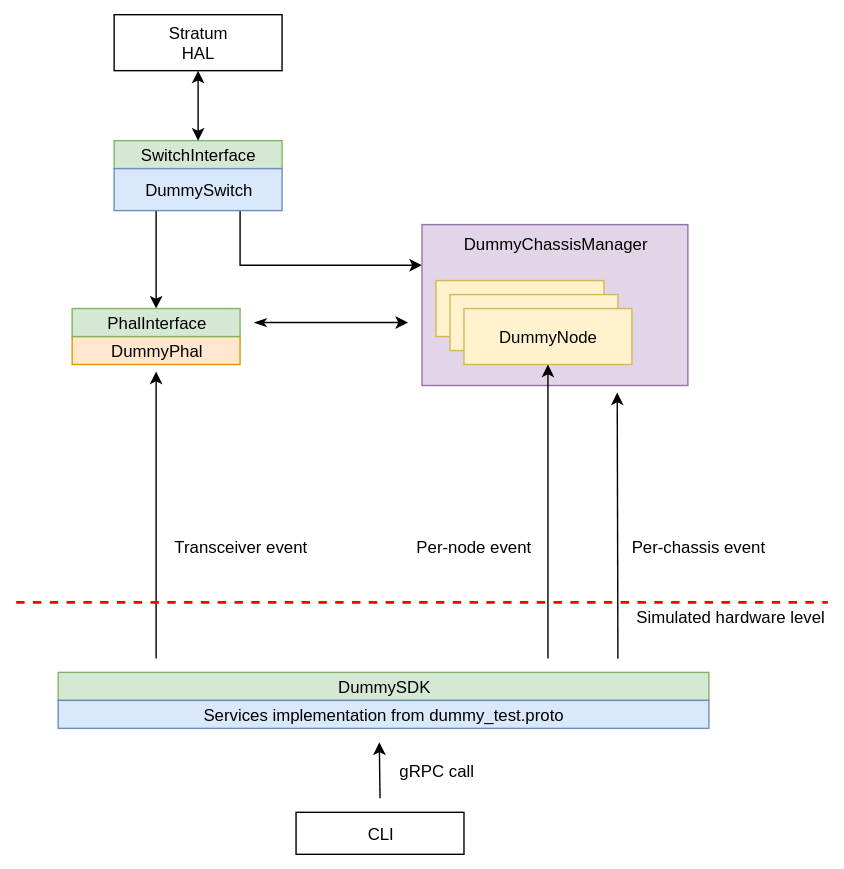
The draw.io diagram stratum/hal/bin/dummy/arch.svg in stratum/stratum, before a commit. Source tidied: cells renumbered, new cells last; positions are measured from the earlier drawing's top-left corner, leaving out a move shared by most shapes. The source it was exported from:
```xml
<mxGraphModel>
  <root>
    <mxCell id="0" />
    <mxCell id="1" parent="0" />
    <mxCell id="2" value="SwitchInterface" style="rounded=0;whiteSpace=wrap;html=1;fillColor=#d5e8d4;strokeColor=#82b366;" parent="1" vertex="1">
      <mxGeometry x="70" y="90" width="120" height="20" as="geometry" />
    </mxCell>
    <mxCell id="3" style="edgeStyle=orthogonalEdgeStyle;rounded=0;html=1;exitX=0.75;exitY=1;entryX=0;entryY=0.25;jettySize=auto;" parent="1" edge="1" source="5" target="6">
      <mxGeometry relative="1" as="geometry" />
    </mxCell>
    <mxCell id="4" style="edgeStyle=orthogonalEdgeStyle;rounded=0;html=1;exitX=0.25;exitY=1;entryX=0.5;entryY=0;jettySize=auto;" parent="1" edge="1" source="5" target="21">
      <mxGeometry relative="1" as="geometry" />
    </mxCell>
    <mxCell id="5" value="DummySwitch" style="rounded=0;whiteSpace=wrap;html=1;fillColor=#dae8fc;strokeColor=#6c8ebf;" parent="1" vertex="1">
      <mxGeometry x="70" y="110" width="120" height="30" as="geometry" />
    </mxCell>
    <mxCell id="6" value="DummyChassisManager" style="rounded=0;whiteSpace=wrap;html=1;fillColor=#e1d5e7;strokeColor=#9673a6;verticalAlign=top;" parent="1" vertex="1">
      <mxGeometry x="290" y="150" width="190" height="115" as="geometry" />
    </mxCell>
    <mxCell id="7" value="DummyNode" style="rounded=0;whiteSpace=wrap;html=1;fillColor=#fff2cc;strokeColor=#d6b656;" parent="1" vertex="1">
      <mxGeometry x="300" y="190" width="120" height="40" as="geometry" />
    </mxCell>
    <mxCell id="8" value="DummyNode" style="rounded=0;whiteSpace=wrap;html=1;fillColor=#fff2cc;strokeColor=#d6b656;" parent="1" vertex="1">
      <mxGeometry x="310" y="200" width="120" height="40" as="geometry" />
    </mxCell>
    <mxCell id="9" value="DummyNode" style="rounded=0;whiteSpace=wrap;html=1;fillColor=#fff2cc;strokeColor=#d6b656;" parent="1" vertex="1">
      <mxGeometry x="320" y="210" width="120" height="40" as="geometry" />
    </mxCell>
    <mxCell id="10" style="edgeStyle=orthogonalEdgeStyle;rounded=0;html=1;jettySize=auto;orthogonalLoop=1;startArrow=classicThin;startFill=1;" parent="1" edge="1">
      <mxGeometry relative="1" as="geometry">
        <mxPoint x="170" y="220" as="sourcePoint" />
        <mxPoint x="280" y="220" as="targetPoint" />
      </mxGeometry>
    </mxCell>
    <mxCell id="11" value="DummyPhal" style="rounded=0;whiteSpace=wrap;html=1;fillColor=#ffe6cc;strokeColor=#d79b00;" parent="1" vertex="1">
      <mxGeometry x="40" y="230" width="120" height="20" as="geometry" />
    </mxCell>
    <mxCell id="12" value="DummySDK" style="rounded=0;whiteSpace=wrap;html=1;fillColor=#d5e8d4;strokeColor=#82b366;" parent="1" vertex="1">
      <mxGeometry x="30" y="470" width="465" height="20" as="geometry" />
    </mxCell>
    <mxCell id="13" value="Services implementation from dummy_test.proto" style="rounded=0;whiteSpace=wrap;html=1;fillColor=#dae8fc;strokeColor=#6c8ebf;" parent="1" vertex="1">
      <mxGeometry x="30" y="490" width="465" height="20" as="geometry" />
    </mxCell>
    <mxCell id="14" style="endArrow=none;html=1;startArrow=classic;startFill=1;endFill=0;" parent="1" edge="1">
      <mxGeometry relative="1" as="geometry">
        <mxPoint x="100" y="255" as="sourcePoint" />
        <mxPoint x="100" y="460" as="targetPoint" />
      </mxGeometry>
    </mxCell>
    <mxCell id="15" style="endArrow=none;html=1;startArrow=classic;startFill=1;endFill=0;exitX=0.5;exitY=1;" parent="1" edge="1" source="9">
      <mxGeometry relative="1" as="geometry">
        <mxPoint x="380" y="460" as="targetPoint" />
      </mxGeometry>
    </mxCell>
    <mxCell id="16" style="endArrow=none;html=1;startArrow=classic;startFill=1;endFill=0;" parent="1" edge="1">
      <mxGeometry relative="1" as="geometry">
        <mxPoint x="429.5" y="270" as="sourcePoint" />
        <mxPoint x="430" y="460" as="targetPoint" />
      </mxGeometry>
    </mxCell>
    <mxCell id="17" style="endArrow=classic;startArrow=none;html=1;endFill=1;startFill=0;" parent="1" edge="1">
      <mxGeometry relative="1" as="geometry">
        <mxPoint x="260" y="560" as="sourcePoint" />
        <mxPoint x="259.5" y="520" as="targetPoint" />
      </mxGeometry>
    </mxCell>
    <mxCell id="18" value="gRPC call" style="text;html=1;strokeColor=none;fillColor=none;align=center;verticalAlign=middle;whiteSpace=wrap;rounded=0;" parent="1" vertex="1">
      <mxGeometry x="265" y="530" width="70" height="20" as="geometry" />
    </mxCell>
    <mxCell id="19" value="CLI" style="rounded=0;whiteSpace=wrap;html=1;" parent="1" vertex="1">
      <mxGeometry x="200" y="570" width="120" height="30" as="geometry" />
    </mxCell>
    <mxCell id="20" style="endArrow=none;dashed=1;html=1;strokeColor=#FF0000;strokeWidth=2;" parent="1" edge="1">
      <mxGeometry relative="1" as="geometry">
        <mxPoint y="420" as="sourcePoint" />
        <mxPoint x="580" y="420" as="targetPoint" />
      </mxGeometry>
    </mxCell>
    <mxCell id="21" value="PhalInterface" style="rounded=0;whiteSpace=wrap;html=1;fillColor=#d5e8d4;strokeColor=#82b366;" parent="1" vertex="1">
      <mxGeometry x="40" y="210" width="120" height="20" as="geometry" />
    </mxCell>
    <mxCell id="22" style="edgeStyle=orthogonalEdgeStyle;rounded=0;html=1;exitX=0.5;exitY=1;jettySize=auto;orthogonalLoop=1;" parent="1" edge="1" source="21" target="21">
      <mxGeometry relative="1" as="geometry" />
    </mxCell>
    <mxCell id="23" value="Transceiver event" style="text;html=1;strokeColor=none;fillColor=none;align=center;verticalAlign=middle;whiteSpace=wrap;rounded=0;" parent="1" vertex="1">
      <mxGeometry x="105" y="370" width="110" height="20" as="geometry" />
    </mxCell>
    <mxCell id="24" value="Per-node event" style="text;html=1;strokeColor=none;fillColor=none;align=center;verticalAlign=middle;whiteSpace=wrap;rounded=0;" parent="1" vertex="1">
      <mxGeometry x="280" y="370" width="93" height="20" as="geometry" />
    </mxCell>
    <mxCell id="25" value="Per-chassis event" style="text;html=1;strokeColor=none;fillColor=none;align=center;verticalAlign=middle;whiteSpace=wrap;rounded=0;" parent="1" vertex="1">
      <mxGeometry x="434" y="370" width="106" height="20" as="geometry" />
    </mxCell>
    <mxCell id="26" value="Simulated hardware level" style="text;html=1;strokeColor=none;fillColor=none;align=center;verticalAlign=middle;whiteSpace=wrap;rounded=0;" parent="1" vertex="1">
      <mxGeometry x="440" y="420" width="140" height="20" as="geometry" />
    </mxCell>
    <mxCell id="27" value="&lt;div&gt;Stratum&lt;/div&gt;&lt;div&gt;HAL&lt;br&gt;&lt;/div&gt;" style="rounded=0;whiteSpace=wrap;html=1;" parent="1" vertex="1">
      <mxGeometry x="70" width="120" height="40" as="geometry" />
    </mxCell>
    <mxCell id="28" style="endArrow=classic;startArrow=classic;html=1;" parent="1" edge="1">
      <mxGeometry relative="1" as="geometry">
        <mxPoint x="130" y="90" as="sourcePoint" />
        <mxPoint x="130" y="40" as="targetPoint" />
      </mxGeometry>
    </mxCell>
  </root>
</mxGraphModel>
```
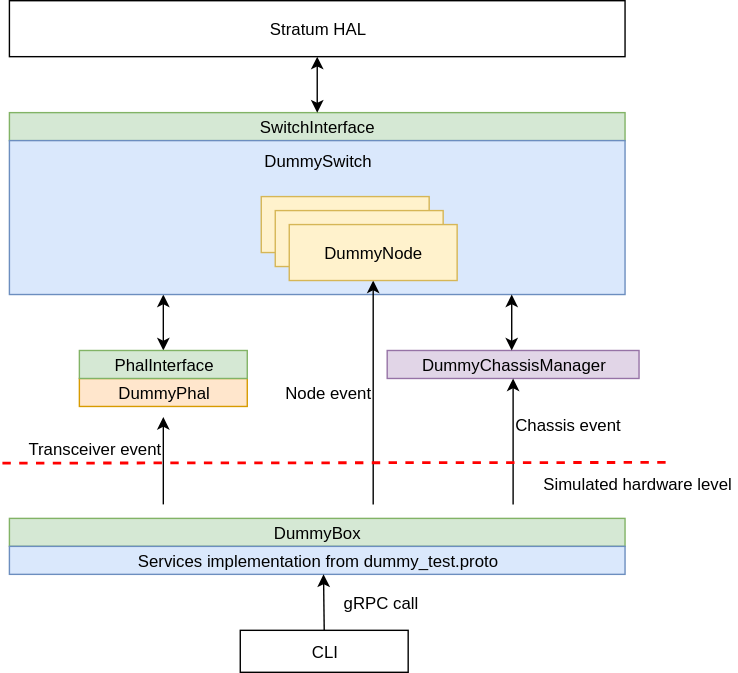
After the commit.

Diff of the diagram source:
```diff
@@ -3,105 +3,101 @@
     <mxCell id="0" />
     <mxCell id="1" parent="0" />
     <mxCell id="2" value="SwitchInterface" style="rounded=0;whiteSpace=wrap;html=1;fillColor=#d5e8d4;strokeColor=#82b366;" parent="1" vertex="1">
-      <mxGeometry x="70" y="90" width="120" height="20" as="geometry" />
+      <mxGeometry x="70" y="40" width="440" height="20" as="geometry" />
     </mxCell>
-    <mxCell id="3" style="edgeStyle=orthogonalEdgeStyle;rounded=0;html=1;exitX=0.75;exitY=1;entryX=0;entryY=0.25;jettySize=auto;" parent="1" edge="1" source="5" target="6">
-      <mxGeometry relative="1" as="geometry" />
-    </mxCell>
-    <mxCell id="4" style="edgeStyle=orthogonalEdgeStyle;rounded=0;html=1;exitX=0.25;exitY=1;entryX=0.5;entryY=0;jettySize=auto;" parent="1" edge="1" source="5" target="21">
+    <mxCell id="4" style="edgeStyle=orthogonalEdgeStyle;rounded=0;html=1;exitX=0.25;exitY=1;entryX=0.5;entryY=0;jettySize=auto;startArrow=classic;startFill=1;" parent="1" edge="1" source="5" target="21">
       <mxGeometry relative="1" as="geometry" />
     </mxCell>
-    <mxCell id="5" value="DummySwitch" style="rounded=0;whiteSpace=wrap;html=1;fillColor=#dae8fc;strokeColor=#6c8ebf;" parent="1" vertex="1">
-      <mxGeometry x="70" y="110" width="120" height="30" as="geometry" />
+    <mxCell id="5" value="DummySwitch" style="rounded=0;whiteSpace=wrap;html=1;fillColor=#dae8fc;strokeColor=#6c8ebf;verticalAlign=top;" parent="1" vertex="1">
+      <mxGeometry x="70" y="60" width="440" height="110" as="geometry" />
     </mxCell>
-    <mxCell id="6" value="DummyChassisManager" style="rounded=0;whiteSpace=wrap;html=1;fillColor=#e1d5e7;strokeColor=#9673a6;verticalAlign=top;" parent="1" vertex="1">
-      <mxGeometry x="290" y="150" width="190" height="115" as="geometry" />
+    <mxCell id="6" value="DummyChassisManager" style="rounded=0;whiteSpace=wrap;html=1;fillColor=#e1d5e7;strokeColor=#9673a6;verticalAlign=middle;" parent="1" vertex="1">
+      <mxGeometry x="340" y="210" width="180" height="20" as="geometry" />
     </mxCell>
-    <mxCell id="7" value="DummyNode" style="rounded=0;whiteSpace=wrap;html=1;fillColor=#fff2cc;strokeColor=#d6b656;" parent="1" vertex="1">
-      <mxGeometry x="300" y="190" width="120" height="40" as="geometry" />
-    </mxCell>
-    <mxCell id="8" value="DummyNode" style="rounded=0;whiteSpace=wrap;html=1;fillColor=#fff2cc;strokeColor=#d6b656;" parent="1" vertex="1">
-      <mxGeometry x="310" y="200" width="120" height="40" as="geometry" />
-    </mxCell>
-    <mxCell id="9" value="DummyNode" style="rounded=0;whiteSpace=wrap;html=1;fillColor=#fff2cc;strokeColor=#d6b656;" parent="1" vertex="1">
-      <mxGeometry x="320" y="210" width="120" height="40" as="geometry" />
-    </mxCell>
-    <mxCell id="10" style="edgeStyle=orthogonalEdgeStyle;rounded=0;html=1;jettySize=auto;orthogonalLoop=1;startArrow=classicThin;startFill=1;" parent="1" edge="1">
-      <mxGeometry relative="1" as="geometry">
-        <mxPoint x="170" y="220" as="sourcePoint" />
-        <mxPoint x="280" y="220" as="targetPoint" />
-      </mxGeometry>
-    </mxCell>
     <mxCell id="11" value="DummyPhal" style="rounded=0;whiteSpace=wrap;html=1;fillColor=#ffe6cc;strokeColor=#d79b00;" parent="1" vertex="1">
-      <mxGeometry x="40" y="230" width="120" height="20" as="geometry" />
+      <mxGeometry x="120" y="230" width="120" height="20" as="geometry" />
     </mxCell>
     <mxCell id="12" value="DummySDK" style="rounded=0;whiteSpace=wrap;html=1;fillColor=#d5e8d4;strokeColor=#82b366;" parent="1" vertex="1">
-      <mxGeometry x="30" y="470" width="465" height="20" as="geometry" />
+      <mxGeometry x="70" y="330" width="440" height="20" as="geometry" />
     </mxCell>
     <mxCell id="13" value="Services implementation from dummy_test.proto" style="rounded=0;whiteSpace=wrap;html=1;fillColor=#dae8fc;strokeColor=#6c8ebf;" parent="1" vertex="1">
-      <mxGeometry x="30" y="490" width="465" height="20" as="geometry" />
+      <mxGeometry x="70" y="350" width="440" height="20" as="geometry" />
     </mxCell>
     <mxCell id="14" style="endArrow=none;html=1;startArrow=classic;startFill=1;endFill=0;" parent="1" edge="1">
       <mxGeometry relative="1" as="geometry">
-        <mxPoint x="100" y="255" as="sourcePoint" />
-        <mxPoint x="100" y="460" as="targetPoint" />
+        <mxPoint x="180" y="257.5" as="sourcePoint" />
+        <mxPoint x="180" y="320" as="targetPoint" />
       </mxGeometry>
     </mxCell>
     <mxCell id="15" style="endArrow=none;html=1;startArrow=classic;startFill=1;endFill=0;exitX=0.5;exitY=1;" parent="1" edge="1" source="9">
       <mxGeometry relative="1" as="geometry">
-        <mxPoint x="380" y="460" as="targetPoint" />
+        <mxPoint x="330" y="320" as="targetPoint" />
       </mxGeometry>
     </mxCell>
-    <mxCell id="16" style="endArrow=none;html=1;startArrow=classic;startFill=1;endFill=0;" parent="1" edge="1">
+    <mxCell id="16" style="endArrow=none;html=1;startArrow=classic;startFill=1;endFill=0;exitX=0.5;exitY=1;" parent="1" edge="1" source="6">
       <mxGeometry relative="1" as="geometry">
-        <mxPoint x="429.5" y="270" as="sourcePoint" />
-        <mxPoint x="430" y="460" as="targetPoint" />
+        <mxPoint x="430" y="320" as="targetPoint" />
       </mxGeometry>
     </mxCell>
     <mxCell id="17" style="endArrow=classic;startArrow=none;html=1;endFill=1;startFill=0;" parent="1" edge="1">
       <mxGeometry relative="1" as="geometry">
-        <mxPoint x="260" y="560" as="sourcePoint" />
-        <mxPoint x="259.5" y="520" as="targetPoint" />
+        <mxPoint x="295" y="410" as="sourcePoint" />
+        <mxPoint x="294.5" y="370" as="targetPoint" />
       </mxGeometry>
     </mxCell>
     <mxCell id="18" value="gRPC call" style="text;html=1;strokeColor=none;fillColor=none;align=center;verticalAlign=middle;whiteSpace=wrap;rounded=0;" parent="1" vertex="1">
-      <mxGeometry x="265" y="530" width="70" height="20" as="geometry" />
+      <mxGeometry x="300" y="380" width="70" height="20" as="geometry" />
     </mxCell>
     <mxCell id="19" value="CLI" style="rounded=0;whiteSpace=wrap;html=1;" parent="1" vertex="1">
-      <mxGeometry x="200" y="570" width="120" height="30" as="geometry" />
+      <mxGeometry x="235" y="410" width="120" height="30" as="geometry" />
     </mxCell>
     <mxCell id="20" style="endArrow=none;dashed=1;html=1;strokeColor=#FF0000;strokeWidth=2;" parent="1" edge="1">
       <mxGeometry relative="1" as="geometry">
-        <mxPoint y="420" as="sourcePoint" />
-        <mxPoint x="580" y="420" as="targetPoint" />
+        <mxPoint x="65" y="290.5" as="sourcePoint" />
+        <mxPoint x="540" y="290" as="targetPoint" />
       </mxGeometry>
     </mxCell>
     <mxCell id="21" value="PhalInterface" style="rounded=0;whiteSpace=wrap;html=1;fillColor=#d5e8d4;strokeColor=#82b366;" parent="1" vertex="1">
-      <mxGeometry x="40" y="210" width="120" height="20" as="geometry" />
+      <mxGeometry x="120" y="210" width="120" height="20" as="geometry" />
     </mxCell>
     <mxCell id="22" style="edgeStyle=orthogonalEdgeStyle;rounded=0;html=1;exitX=0.5;exitY=1;jettySize=auto;orthogonalLoop=1;" parent="1" edge="1" source="21" target="21">
       <mxGeometry relative="1" as="geometry" />
     </mxCell>
-    <mxCell id="23" value="Transceiver event" style="text;html=1;strokeColor=none;fillColor=none;align=center;verticalAlign=middle;whiteSpace=wrap;rounded=0;" parent="1" vertex="1">
-      <mxGeometry x="105" y="370" width="110" height="20" as="geometry" />
+    <mxCell id="23" value="Transceiver event" style="text;html=1;strokeColor=none;fillColor=none;align=right;verticalAlign=middle;whiteSpace=wrap;rounded=0;" parent="1" vertex="1">
+      <mxGeometry x="70" y="270" width="110" height="20" as="geometry" />
     </mxCell>
-    <mxCell id="24" value="Per-node event" style="text;html=1;strokeColor=none;fillColor=none;align=center;verticalAlign=middle;whiteSpace=wrap;rounded=0;" parent="1" vertex="1">
-      <mxGeometry x="280" y="370" width="93" height="20" as="geometry" />
+    <mxCell id="24" value="Node event" style="text;html=1;strokeColor=none;fillColor=none;align=right;verticalAlign=middle;whiteSpace=wrap;rounded=0;" parent="1" vertex="1">
+      <mxGeometry x="250" y="230" width="80" height="20" as="geometry" />
     </mxCell>
-    <mxCell id="25" value="Per-chassis event" style="text;html=1;strokeColor=none;fillColor=none;align=center;verticalAlign=middle;whiteSpace=wrap;rounded=0;" parent="1" vertex="1">
-      <mxGeometry x="434" y="370" width="106" height="20" as="geometry" />
+    <mxCell id="25" value="Chassis event" style="text;html=1;strokeColor=none;fillColor=none;align=left;verticalAlign=middle;whiteSpace=wrap;rounded=0;" parent="1" vertex="1">
+      <mxGeometry x="430" y="252.5" width="90" height="20" as="geometry" />
     </mxCell>
-    <mxCell id="26" value="Simulated hardware level" style="text;html=1;strokeColor=none;fillColor=none;align=center;verticalAlign=middle;whiteSpace=wrap;rounded=0;" parent="1" vertex="1">
-      <mxGeometry x="440" y="420" width="140" height="20" as="geometry" />
+    <mxCell id="26" value="Simulated hardware level" style="text;html=1;strokeColor=none;fillColor=none;align=left;verticalAlign=middle;whiteSpace=wrap;rounded=0;" parent="1" vertex="1">
+      <mxGeometry x="450" y="295" width="140" height="20" as="geometry" />
     </mxCell>
-    <mxCell id="27" value="&lt;div&gt;Stratum&lt;/div&gt;&lt;div&gt;HAL&lt;br&gt;&lt;/div&gt;" style="rounded=0;whiteSpace=wrap;html=1;" parent="1" vertex="1">
-      <mxGeometry x="70" width="120" height="40" as="geometry" />
+    <mxCell id="27" value="&lt;div&gt;Stratum HAL&lt;br&gt;&lt;/div&gt;" style="rounded=0;whiteSpace=wrap;html=1;" parent="1" vertex="1">
+      <mxGeometry x="70" y="-40" width="440" height="40" as="geometry" />
     </mxCell>
-    <mxCell id="28" style="endArrow=classic;startArrow=classic;html=1;" parent="1" edge="1">
-      <mxGeometry relative="1" as="geometry">
-        <mxPoint x="130" y="90" as="sourcePoint" />
-        <mxPoint x="130" y="40" as="targetPoint" />
-      </mxGeometry>
+    <mxCell id="28" style="endArrow=classic;startArrow=classic;html=1;exitX=0.5;exitY=0;entryX=0.5;entryY=1;" parent="1" edge="1" source="2" target="27">
+      <mxGeometry relative="1" as="geometry" />
     </mxCell>
+    <mxCell id="29" style="group;" parent="1" vertex="1">
+      <mxGeometry x="250" y="100" width="140" height="60" as="geometry" />
+    </mxCell>
+    <mxCell id="7" value="DummyNode" style="rounded=0;whiteSpace=wrap;html=1;fillColor=#fff2cc;strokeColor=#d6b656;" parent="29" vertex="1">
+      <mxGeometry width="120" height="40" as="geometry" />
+    </mxCell>
+    <mxCell id="8" value="DummyNode" style="rounded=0;whiteSpace=wrap;html=1;fillColor=#fff2cc;strokeColor=#d6b656;" parent="29" vertex="1">
+      <mxGeometry x="10" y="10" width="120" height="40" as="geometry" />
+    </mxCell>
+    <mxCell id="9" value="DummyNode" style="rounded=0;whiteSpace=wrap;html=1;fillColor=#fff2cc;strokeColor=#d6b656;" parent="29" vertex="1">
+      <mxGeometry x="20" y="20" width="120" height="40" as="geometry" />
+    </mxCell>
+    <mxCell id="30" style="endArrow=classic;startArrow=classic;html=1;" parent="1" edge="1">
+      <mxGeometry relative="1" as="geometry">
+        <mxPoint x="429" y="210" as="sourcePoint" />
+        <mxPoint x="429" y="170" as="targetPoint" />
+      </mxGeometry>
+    </mxCell>
   </root>
 </mxGraphModel>
```
